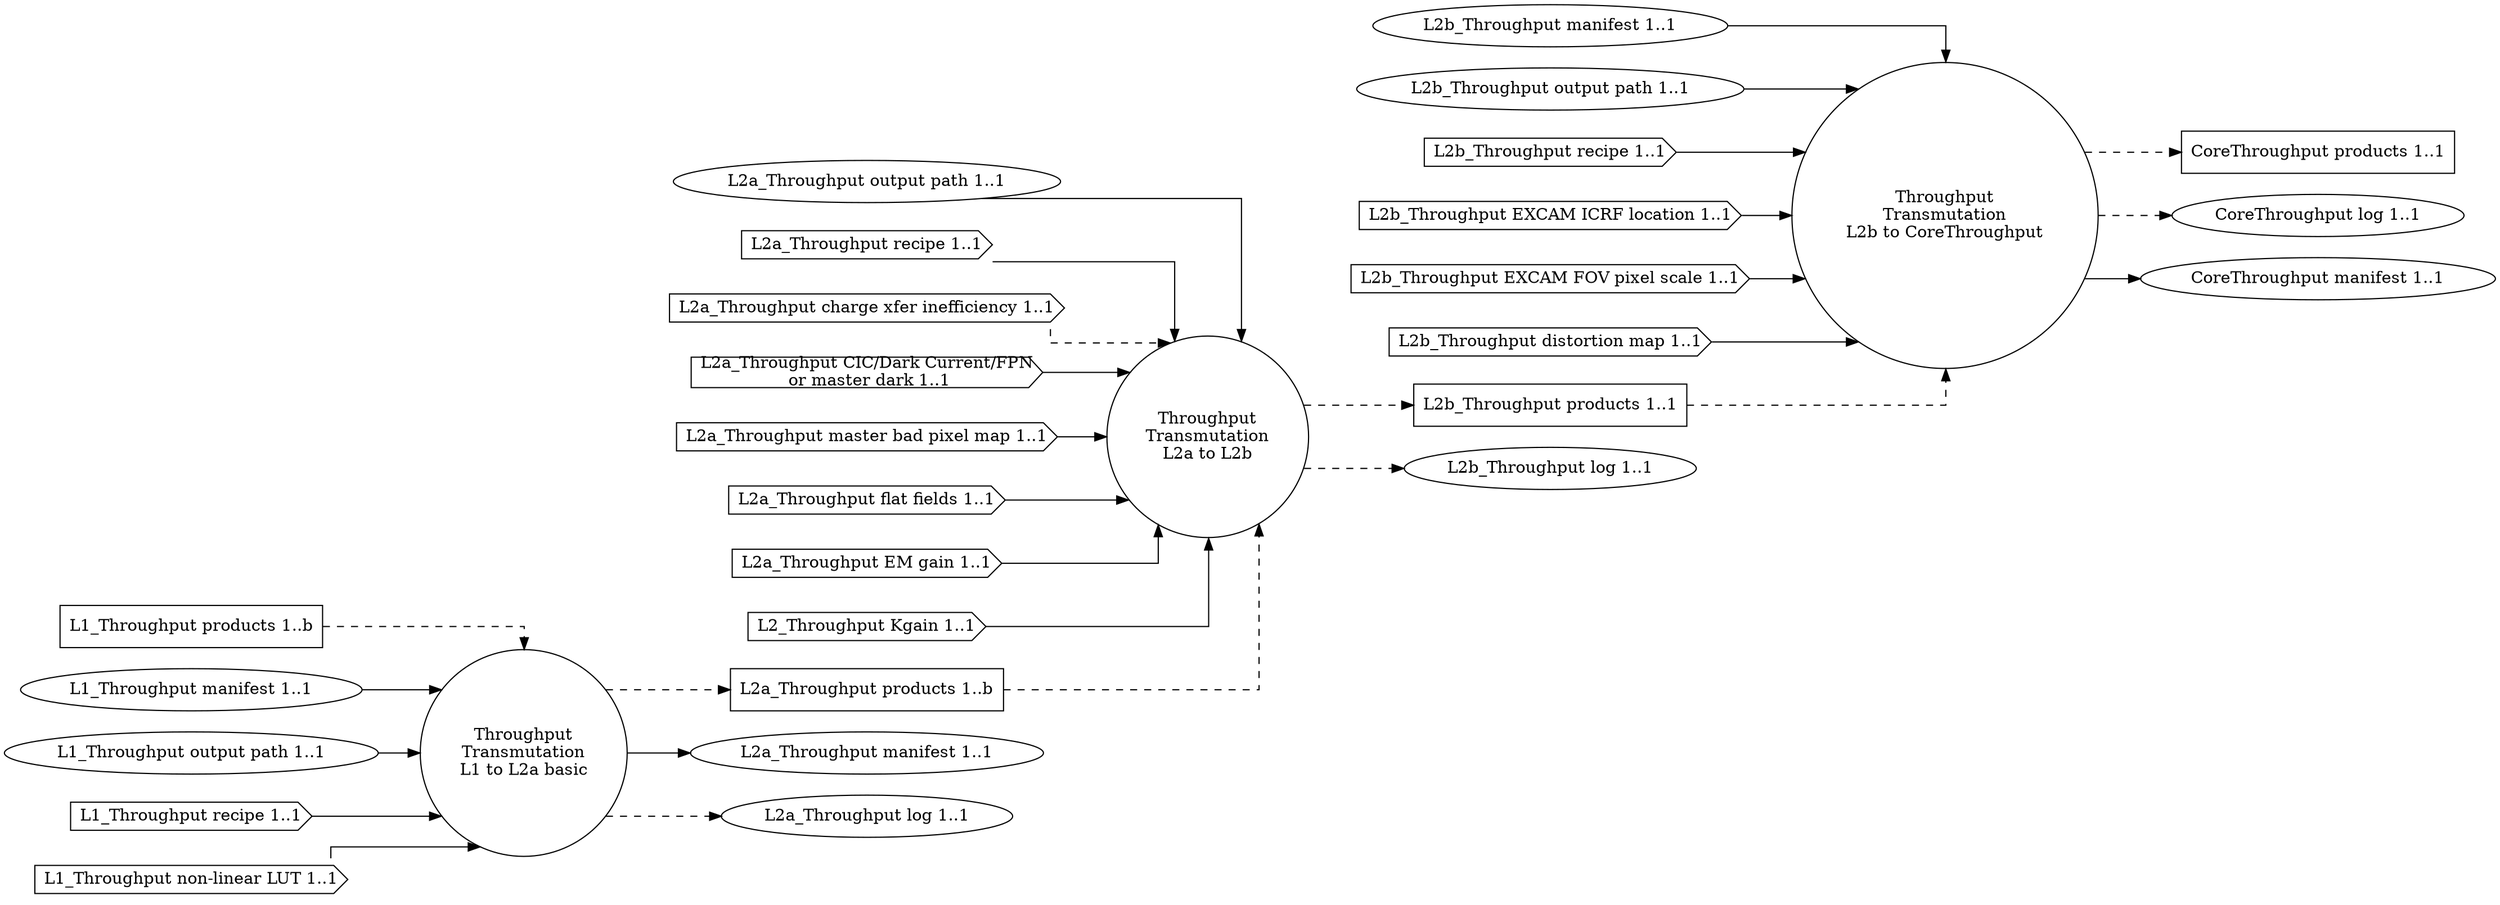
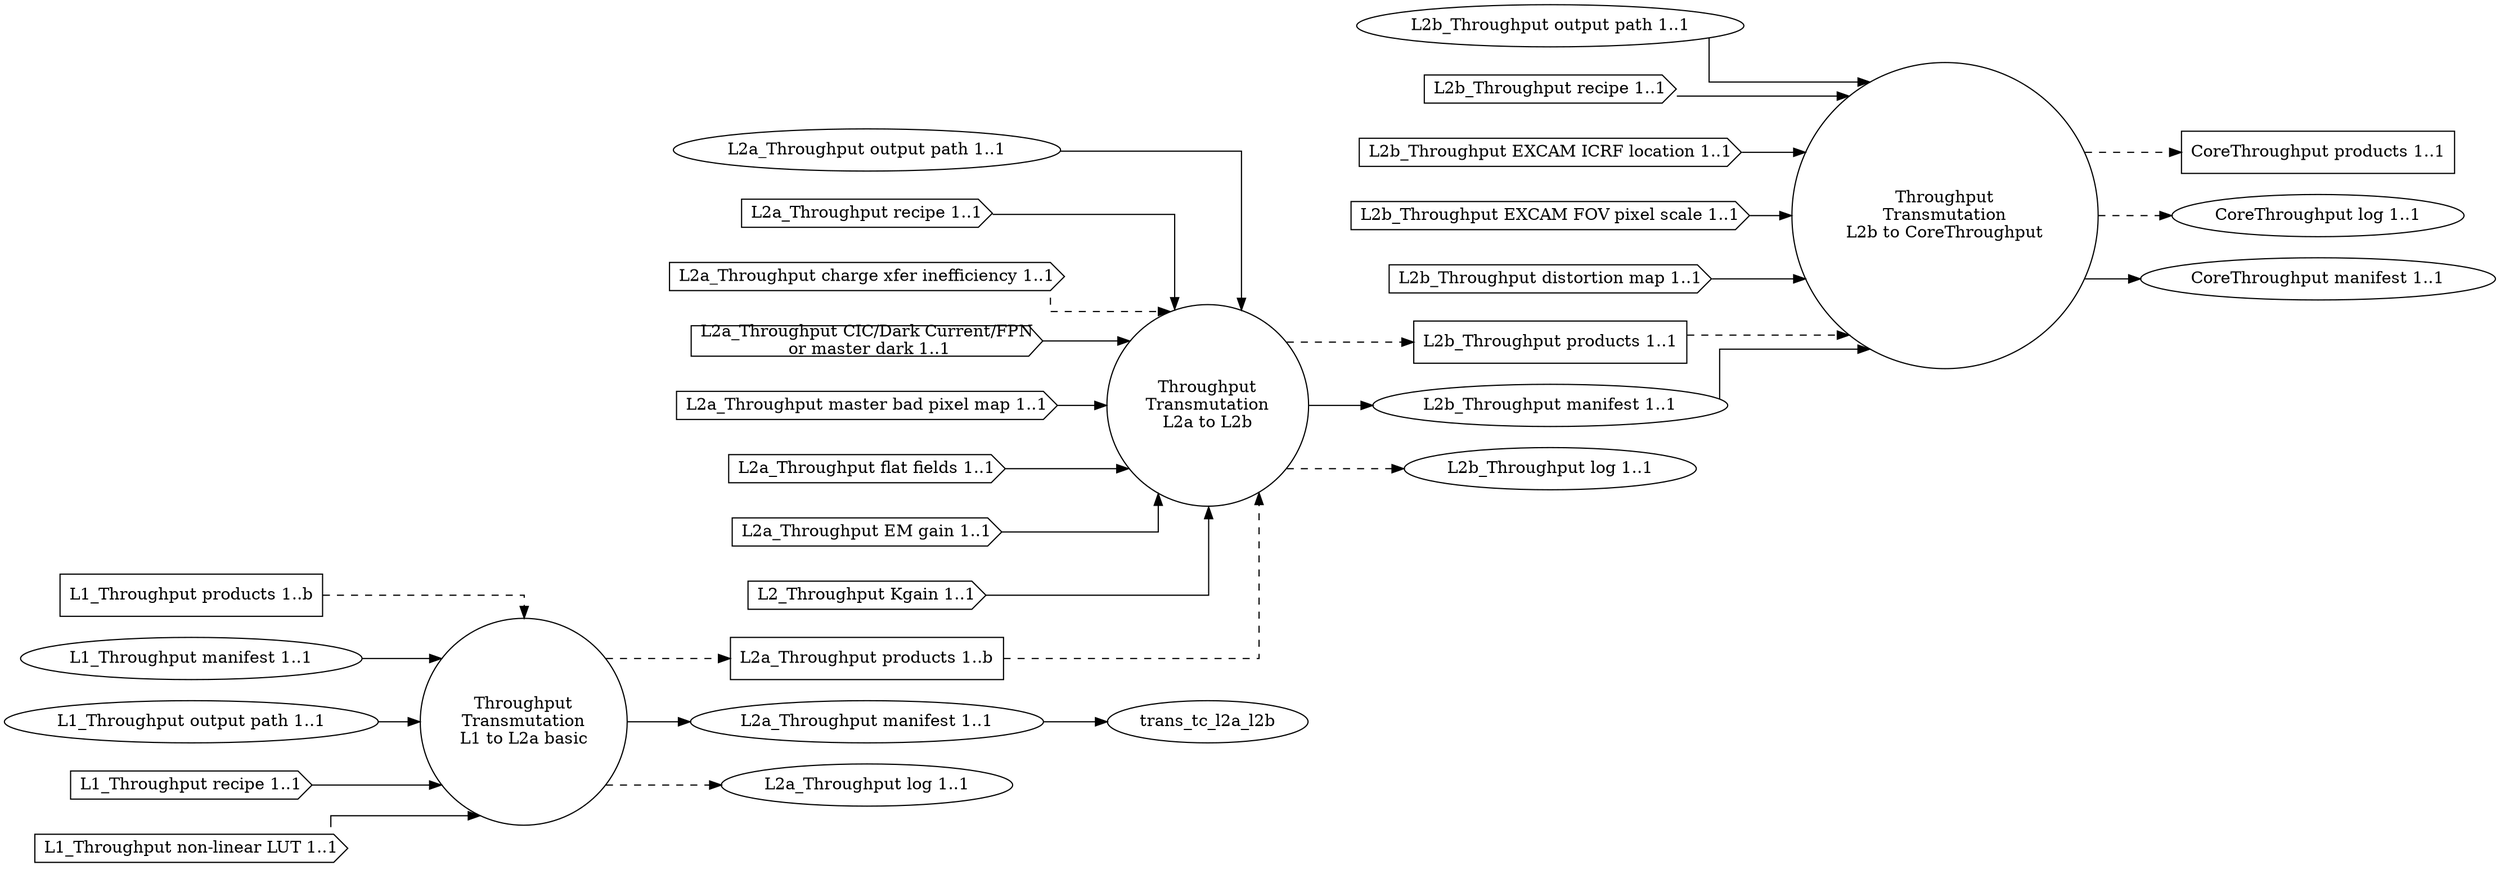
digraph Throughput
{
  graph [splines="ortho", rankdir=LR];

  trans_tp_l1_l2a_basic [label="Throughput\nTransmutation\nL1 to L2a basic", shape="circle"];
  trans_tp_l2a_l2b [label="Throughput\nTransmutation\nL2a to L2b", shape="circle"];
  trans_tp_l2b_ctp [label="Throughput\nTransmutation\nL2b to CoreThroughput", shape="circle"];

  l1_tp_prod [label="L1_Throughput products 1..b", shape="rectangle"];
  l1_tp_man [label="L1_Throughput manifest 1..1", shape="ellipse"];
  l1_tp_odir [label="L1_Throughput output path 1..1", shape="ellipse"];
  l1_tp_rec [label="L1_Throughput recipe 1..1", shape="cds"];
  l1_tp_nllut [label="L1_Throughput non-linear LUT 1..1", shape="cds"];

  l2a_tp_prod [label="L2a_Throughput products 1..b", shape="rectangle"];
  l2a_tp_man [label="L2a_Throughput manifest 1..1", shape="ellipse"];
  l2a_tp_odir [label="L2a_Throughput output path 1..1", shape="ellipse"];
  l2a_tp_rec [label="L2a_Throughput recipe 1..1", shape="cds"];
  l2a_tp_cti [label="L2a_Throughput charge xfer inefficiency 1..1", shape="cds"];
  l2a_tp_dnb [label="L2a_Throughput CIC/Dark Current/FPN\n or master dark 1..1", shape="cds"];
  l2a_tp_mbpm [label="L2a_Throughput master bad pixel map 1..1", shape="cds"];
  l2a_tp_ff [label="L2a_Throughput flat fields 1..1", shape="cds"];
  l2a_tp_emg [label="L2a_Throughput EM gain 1..1", shape="cds"];
  l2a_tp_kgain [label="L2_Throughput Kgain 1..1", shape="cds"];
  l2a_tp_log [label="L2a_Throughput log 1..1", shape="ellipse"];

  l2b_tp_prod [label="L2b_Throughput products 1..1", shape="rectangle"];
  l2b_tp_man [label="L2b_Throughput manifest 1..1", shape="ellipse"];
  l2b_tp_odir [label="L2b_Throughput output path 1..1", shape="ellipse"];
  l2b_tp_rec [label="L2b_Throughput recipe 1..1", shape="cds"];
  l2b_tp_excicrf [label="L2b_Throughput EXCAM ICRF location 1..1", shape="cds"];
  l2b_tp_excfovps [label="L2b_Throughput EXCAM FOV pixel scale 1..1", shape="cds"];
  l2b_tp_distm [label="L2b_Throughput distortion map 1..1", shape="cds"];
  l2b_tp_log [label="L2b_Throughput log 1..1", shape="ellipse"];

  ctp_prod [label="CoreThroughput products 1..1", shape="rectangle"];
  ctp_log [label="CoreThroughput log 1..1", shape="ellipse"];
  ctp_man [label="CoreThroughput manifest 1..1", shape="ellipse"];

  l1_tp_prod -> trans_tp_l1_l2a_basic [style="dashed"];
  l1_tp_man -> trans_tp_l1_l2a_basic;
  l1_tp_odir -> trans_tp_l1_l2a_basic;
  l1_tp_rec -> trans_tp_l1_l2a_basic;
  l1_tp_nllut -> trans_tp_l1_l2a_basic;

  trans_tp_l1_l2a_basic -> l2a_tp_prod [style="dashed"];
  trans_tp_l1_l2a_basic -> l2a_tp_man;
  trans_tp_l1_l2a_basic -> l2a_tp_log [style="dashed"];

  l2a_tp_prod -> trans_tp_l2a_l2b [style="dashed"];
  l2a_tp_kgain -> trans_tp_l2a_l2b;
  l2a_tp_odir -> trans_tp_l2a_l2b;
  l2a_tp_rec -> trans_tp_l2a_l2b;
  l2a_tp_cti -> trans_tp_l2a_l2b [style="dashed"];
  l2a_tp_dnb -> trans_tp_l2a_l2b;
  l2a_tp_mbpm -> trans_tp_l2a_l2b;
  l2a_tp_ff -> trans_tp_l2a_l2b;
  l2a_tp_emg -> trans_tp_l2a_l2b;
+   l2a_tp_man -> trans_tc_l2a_l2b;

  trans_tp_l2a_l2b -> l2b_tp_prod [style="dashed"];
  trans_tp_l2a_l2b -> l2b_tp_log [style="dashed"];
+   trans_tp_l2a_l2b -> l2b_tp_man;

  l2b_tp_prod -> trans_tp_l2b_ctp [style="dashed"];
  l2b_tp_man -> trans_tp_l2b_ctp;
  l2b_tp_odir -> trans_tp_l2b_ctp;
  l2b_tp_rec -> trans_tp_l2b_ctp;
  l2b_tp_excicrf -> trans_tp_l2b_ctp;
  l2b_tp_excfovps -> trans_tp_l2b_ctp;
  l2b_tp_distm -> trans_tp_l2b_ctp;
  trans_tp_l2b_ctp -> ctp_prod [style="dashed"];
  trans_tp_l2b_ctp -> ctp_log [style="dashed"];
  trans_tp_l2b_ctp -> ctp_man;
}
